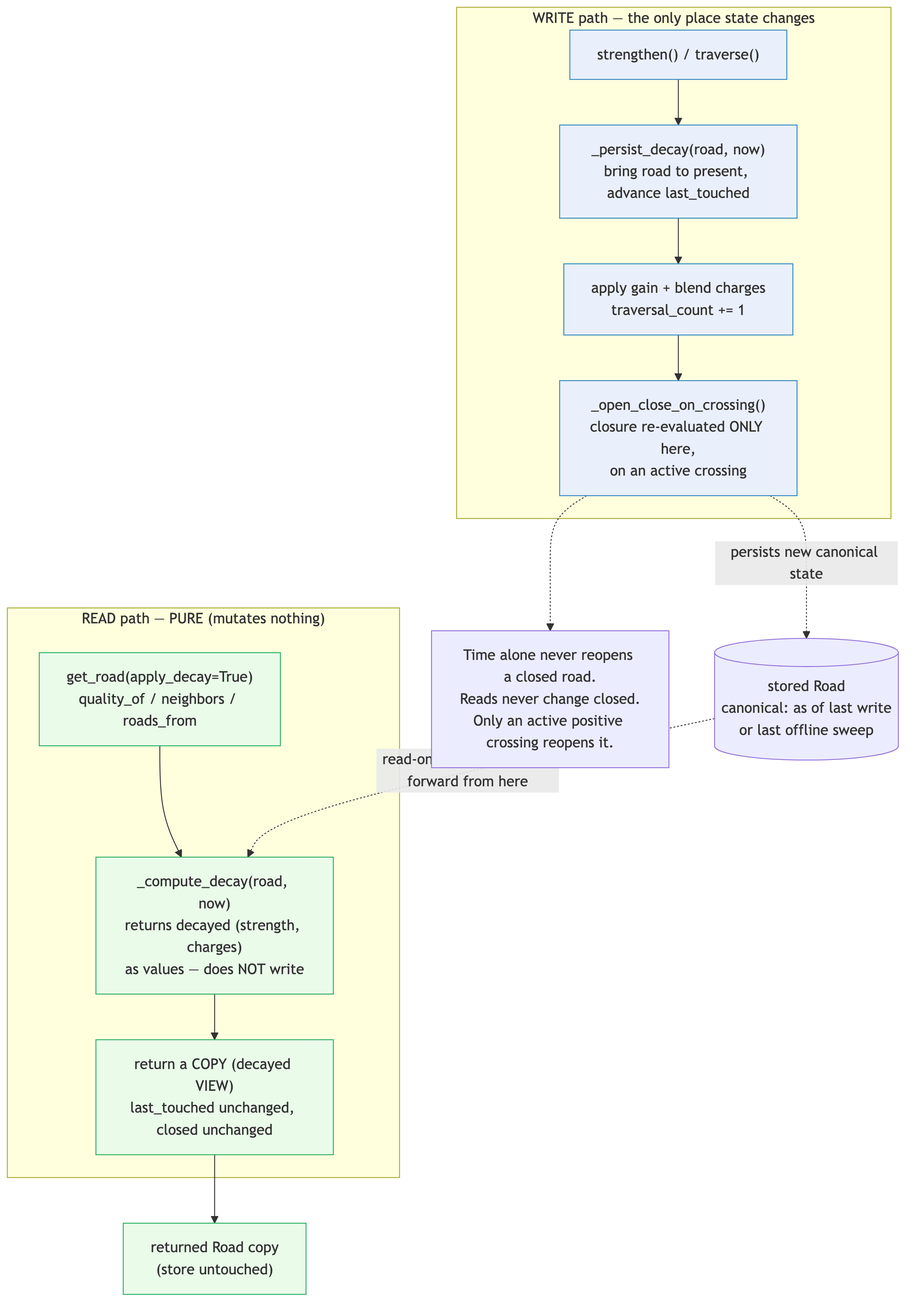
cagancaliskan/psyche keeps this Mermaid diagram as docs/diagrams/rendered/substrate_read_write.png. Above is the earlier version. Its source is kept beside it as docs/diagrams/substrate_read_write.mmd.
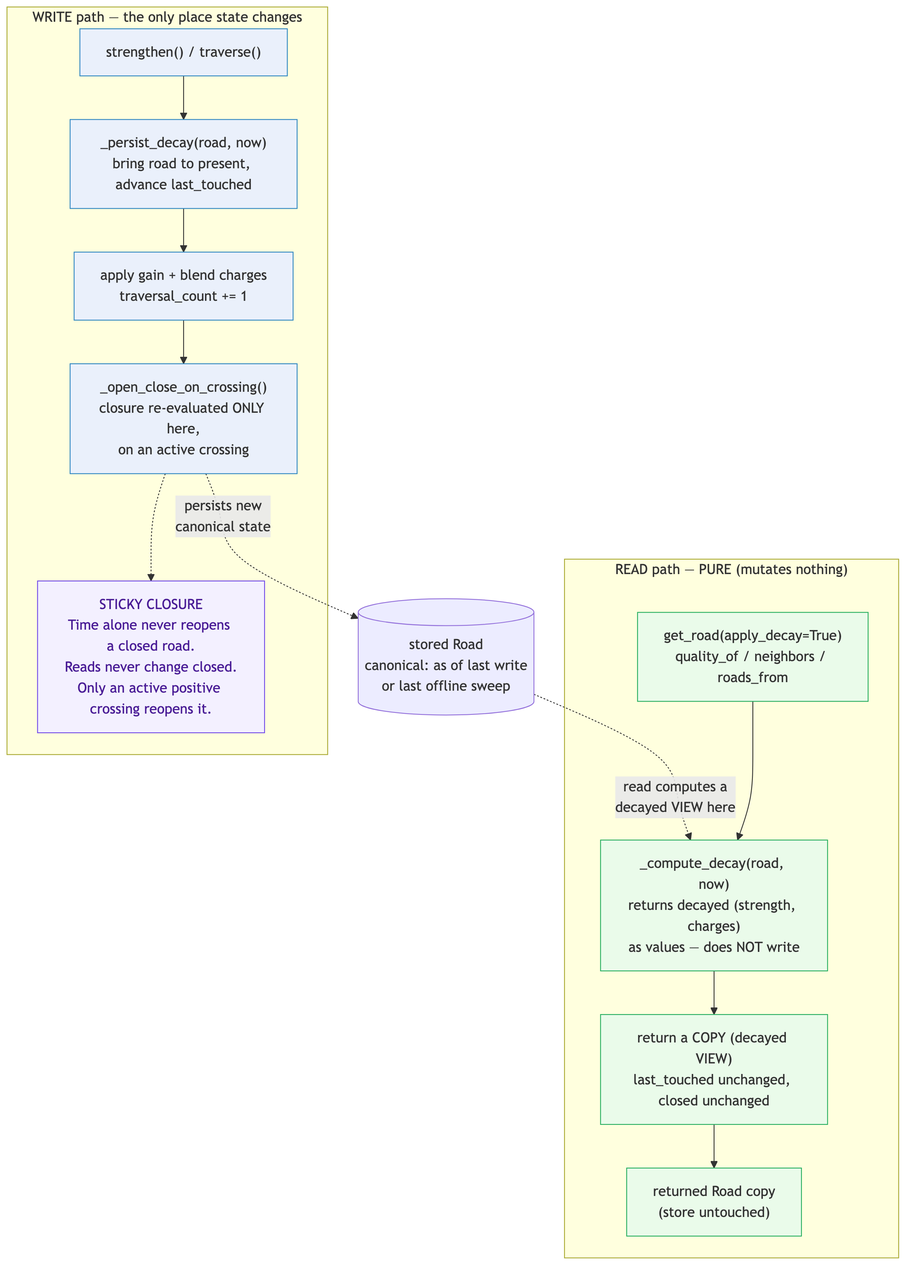
Later version of the same file.

Commit message:
Fix layout collision in substrate_read_write diagram.

The edit, as a diff of the source:
```diff
@@ -2,28 +2,31 @@
     store[("stored Road<br/>canonical: as of last write<br/>or last offline sweep")]
 
     subgraph READ["READ path — PURE (mutates nothing)"]
+        direction TB
         r_in["get_road(apply_decay=True)<br/>quality_of / neighbors / roads_from"]
         r_dec["_compute_decay(road, now)<br/>returns decayed (strength, charges)<br/>as values — does NOT write"]
         r_copy["return a COPY (decayed VIEW)<br/>last_touched unchanged, closed unchanged"]
-        r_in --> r_dec --> r_copy
+        OUT["returned Road copy<br/>(store untouched)"]
+        r_in --> r_dec --> r_copy --> OUT
     end
 
     subgraph WRITE["WRITE path — the only place state changes"]
+        direction TB
         w_in["strengthen() / traverse()"]
         w_persist["_persist_decay(road, now)<br/>bring road to present, advance last_touched"]
         w_gain["apply gain + blend charges<br/>traversal_count += 1"]
         w_close["_open_close_on_crossing()<br/>closure re-evaluated ONLY here,<br/>on an active crossing"]
+        note1["STICKY CLOSURE<br/>Time alone never reopens a closed road.<br/>Reads never change closed.<br/>Only an active positive crossing reopens it."]
         w_in --> w_persist --> w_gain --> w_close
+        w_close -.-> note1
     end
 
-    store -. "read-only view computed forward from here" .-> r_dec
-    r_copy --> OUT["returned Road copy<br/>(store untouched)"]
-    w_close -. "persists new canonical state" .-> store
-
-    note1["Time alone never reopens a closed road.<br/>Reads never change closed.<br/>Only an active positive crossing reopens it."]
-    w_close -.-> note1
+    store -. "read computes a<br/>decayed VIEW here" .-> r_dec
+    w_close -. "persists new<br/>canonical state" .-> store
 
     classDef pure fill:#eafbea,stroke:#27ae60;
     classDef write fill:#eaf0fb,stroke:#2e86c1;
+    classDef note fill:#f3f0ff,stroke:#7048e8,color:#4a1d96;
     class r_in,r_dec,r_copy,OUT pure;
     class w_in,w_persist,w_gain,w_close write;
+    class note1 note;
```
